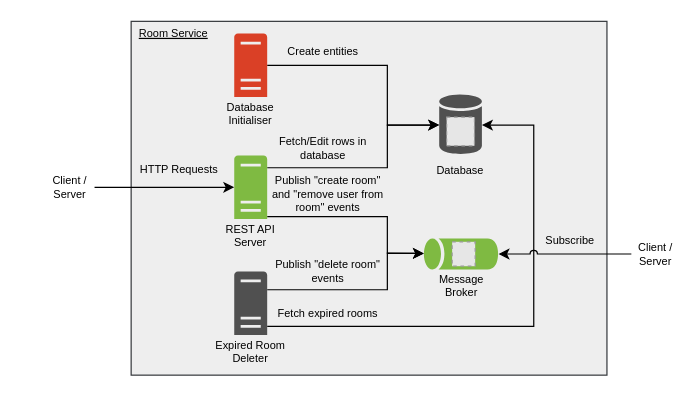
The draw.io diagram images/architecture.drawio in CS3219-AY2324S1-G04/peerprep_room_service, before the edit. Source tidied: cells renumbered, new cells numbered last; positions are measured from the earlier drawing's top-left corner, leaving out a move shared by most shapes. Both pictures are drawn from the tidied source at 122%, with x=0, y=0 at pixel (45, 21). Pictures stored in the file or linked from it are replaced by grey dashed boxes.
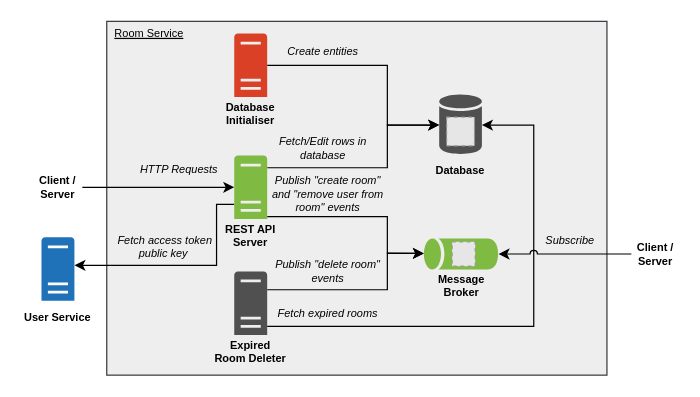
The same diagram, later.

Unchanged cells that the change refers to:
```xml
<mxCell id="14" style="sketch=0;shadow=0;dashed=0;html=1;strokeColor=none;labelPosition=center;verticalLabelPosition=bottom;verticalAlign=top;outlineConnect=0;align=center;shape=mxgraph.office.servers.server_generic;fillColor=#7FBA42;" parent="1" vertex="1">
  <mxGeometry x="154.5" y="110" width="27" height="52" as="geometry" />
</mxCell>
```

Diff of the diagram source:
```diff
@@
     <mxCell id="2" style="rounded=0;whiteSpace=wrap;html=1;fillColor=#eeeeee;strokeColor=#36393d;" parent="1" vertex="1">
-      <mxGeometry x="70" width="390" height="290" as="geometry" />
+      <mxGeometry x="50" width="410" height="290" as="geometry" />
     </mxCell>
@@
-    <mxCell id="7" value="REST API Server" style="text;html=1;strokeColor=none;fillColor=none;align=center;verticalAlign=middle;whiteSpace=wrap;rounded=0;fontSize=9;spacing=2;horizontal=1;" parent="1" vertex="1">
+    <mxCell id="7" value="REST API Server" style="text;html=1;strokeColor=none;fillColor=none;align=center;verticalAlign=middle;whiteSpace=wrap;rounded=0;fontSize=9;spacing=2;horizontal=1;fontStyle=1;" parent="1" vertex="1">
       <mxGeometry x="138" y="162" width="60" height="28" as="geometry" />
     </mxCell>
-    <mxCell id="8" value="Database" style="text;html=1;strokeColor=none;fillColor=none;align=center;verticalAlign=middle;whiteSpace=wrap;rounded=0;fontSize=9;spacing=2;horizontal=1;" parent="1" vertex="1">
+    <mxCell id="8" value="Database" style="text;html=1;strokeColor=none;fillColor=none;align=center;verticalAlign=middle;whiteSpace=wrap;rounded=0;fontSize=9;spacing=2;horizontal=1;fontStyle=1;" parent="1" vertex="1">
       <mxGeometry x="310" y="109" width="60" height="28" as="geometry" />
     </mxCell>
-    <mxCell id="9" value="Database Initialiser" style="text;html=1;strokeColor=none;fillColor=none;align=center;verticalAlign=middle;whiteSpace=wrap;rounded=0;fontSize=9;spacing=2;horizontal=1;" parent="1" vertex="1">
+    <mxCell id="9" value="Database Initialiser" style="text;html=1;strokeColor=none;fillColor=none;align=center;verticalAlign=middle;whiteSpace=wrap;rounded=0;fontSize=9;spacing=2;horizontal=1;fontStyle=1;" parent="1" vertex="1">
       <mxGeometry x="138" y="62" width="60" height="28" as="geometry" />
     </mxCell>
-    <mxCell id="10" value="Fetch/Edit rows in database" style="text;html=1;strokeColor=none;fillColor=none;align=center;verticalAlign=middle;whiteSpace=wrap;rounded=0;fontSize=9;spacing=2;horizontal=1;" parent="1" vertex="1">
+    <mxCell id="10" value="Fetch/Edit rows in database" style="text;html=1;strokeColor=none;fillColor=none;align=center;verticalAlign=middle;whiteSpace=wrap;rounded=0;fontSize=9;spacing=2;horizontal=1;fontStyle=2;" parent="1" vertex="1">
       <mxGeometry x="181.5" y="89" width="91" height="30" as="geometry" />
     </mxCell>
-    <mxCell id="11" value="HTTP Requests" style="text;html=1;strokeColor=none;fillColor=none;align=center;verticalAlign=middle;whiteSpace=wrap;rounded=0;fontSize=9;spacing=2;horizontal=1;" parent="1" vertex="1">
+    <mxCell id="11" value="HTTP Requests" style="text;html=1;strokeColor=none;fillColor=none;align=center;verticalAlign=middle;whiteSpace=wrap;rounded=0;fontSize=9;spacing=2;horizontal=1;fontStyle=2;" parent="1" vertex="1">
       <mxGeometry x="63.5" y="107" width="91" height="30" as="geometry" />
     </mxCell>
@@
+    <mxCell id="34" style="edgeStyle=orthogonalEdgeStyle;rounded=0;jettySize=auto;html=1;" parent="1" edge="1" source="14" target="35">
+      <mxGeometry relative="1" as="geometry">
+        <Array as="points">
+          <mxPoint x="140" y="150" />
+          <mxPoint x="140" y="200" />
+        </Array>
+      </mxGeometry>
+    </mxCell>
@@
-    <mxCell id="17" value="Client / Server" style="text;html=1;strokeColor=none;fillColor=none;align=center;verticalAlign=middle;whiteSpace=wrap;rounded=0;fontSize=9;spacing=2;horizontal=1;" parent="1" vertex="1">
-      <mxGeometry y="119" width="40" height="34" as="geometry" />
+    <mxCell id="17" value="Client / Server" style="text;html=1;strokeColor=none;fillColor=none;align=center;verticalAlign=middle;whiteSpace=wrap;rounded=0;fontSize=9;spacing=2;horizontal=1;fontStyle=1;" parent="1" vertex="1">
+      <mxGeometry x="-10" y="119" width="40" height="34" as="geometry" />
     </mxCell>
@@
-    <mxCell id="21" value="Expired Room Deleter" style="text;html=1;strokeColor=none;fillColor=none;align=center;verticalAlign=middle;whiteSpace=wrap;rounded=0;fontSize=9;spacing=2;horizontal=1;" parent="1" vertex="1">
-      <mxGeometry x="138" y="257" width="60" height="28" as="geometry" />
+    <mxCell id="21" value="Expired Room Deleter" style="text;html=1;strokeColor=none;fillColor=none;align=center;verticalAlign=middle;whiteSpace=wrap;rounded=0;fontSize=9;spacing=2;horizontal=1;fontStyle=1;" parent="1" vertex="1">
+      <mxGeometry x="137" y="257" width="62" height="28" as="geometry" />
     </mxCell>
@@
-    <mxCell id="25" value="Create entities" style="text;html=1;strokeColor=none;fillColor=none;align=center;verticalAlign=middle;whiteSpace=wrap;rounded=0;fontSize=9;spacing=2;horizontal=1;" parent="1" vertex="1">
+    <mxCell id="25" value="Create entities" style="text;html=1;strokeColor=none;fillColor=none;align=center;verticalAlign=middle;whiteSpace=wrap;rounded=0;fontSize=9;spacing=2;horizontal=1;fontStyle=2;" parent="1" vertex="1">
       <mxGeometry x="181.5" y="10" width="91" height="30" as="geometry" />
     </mxCell>
-    <mxCell id="26" value="Publish &quot;create room&quot; and &quot;remove user from room&quot; events" style="text;html=1;strokeColor=none;fillColor=none;align=center;verticalAlign=middle;whiteSpace=wrap;rounded=0;fontSize=9;spacing=2;horizontal=1;" parent="1" vertex="1">
+    <mxCell id="26" value="Publish &quot;create room&quot; and &quot;remove user from room&quot; events" style="text;html=1;strokeColor=none;fillColor=none;align=center;verticalAlign=middle;whiteSpace=wrap;rounded=0;fontSize=9;spacing=2;horizontal=1;fontStyle=2;" parent="1" vertex="1">
       <mxGeometry x="181.5" y="127" width="98.5" height="30" as="geometry" />
     </mxCell>
-    <mxCell id="27" value="Publish &quot;delete room&quot; events" style="text;html=1;strokeColor=none;fillColor=none;align=center;verticalAlign=middle;whiteSpace=wrap;rounded=0;fontSize=9;spacing=2;horizontal=1;" parent="1" vertex="1">
+    <mxCell id="27" value="&lt;i&gt;Publish &quot;delete room&quot; events&lt;/i&gt;" style="text;html=1;strokeColor=none;fillColor=none;align=center;verticalAlign=middle;whiteSpace=wrap;rounded=0;fontSize=9;spacing=2;horizontal=1;" parent="1" vertex="1">
       <mxGeometry x="181.5" y="190" width="98.5" height="30" as="geometry" />
     </mxCell>
-    <mxCell id="28" value="Message Broker" style="text;html=1;strokeColor=none;fillColor=none;align=center;verticalAlign=middle;whiteSpace=wrap;rounded=0;fontSize=9;spacing=2;horizontal=1;" parent="1" vertex="1">
+    <mxCell id="28" value="Message Broker" style="text;html=1;strokeColor=none;fillColor=none;align=center;verticalAlign=middle;whiteSpace=wrap;rounded=0;fontSize=9;spacing=2;horizontal=1;fontStyle=1;" parent="1" vertex="1">
       <mxGeometry x="311.2" y="203.3" width="60" height="28" as="geometry" />
     </mxCell>
-    <mxCell id="29" value="Fetch expired rooms" style="text;html=1;strokeColor=none;fillColor=none;align=center;verticalAlign=middle;whiteSpace=wrap;rounded=0;fontSize=9;spacing=2;horizontal=1;" parent="1" vertex="1">
+    <mxCell id="29" value="Fetch expired rooms" style="text;html=1;strokeColor=none;fillColor=none;align=center;verticalAlign=middle;whiteSpace=wrap;rounded=0;fontSize=9;spacing=2;horizontal=1;fontStyle=2;" parent="1" vertex="1">
       <mxGeometry x="181.5" y="230" width="98.5" height="20" as="geometry" />
     </mxCell>
-    <mxCell id="30" value="Subscribe" style="text;html=1;strokeColor=none;fillColor=none;align=center;verticalAlign=middle;whiteSpace=wrap;rounded=0;fontSize=9;spacing=2;horizontal=1;" parent="1" vertex="1">
+    <mxCell id="30" value="Subscribe" style="text;html=1;strokeColor=none;fillColor=none;align=center;verticalAlign=middle;whiteSpace=wrap;rounded=0;fontSize=9;spacing=2;horizontal=1;fontStyle=2;" parent="1" vertex="1">
       <mxGeometry x="400" y="170" width="60" height="20" as="geometry" />
     </mxCell>
@@
-    <mxCell id="32" value="Client / Server" style="text;html=1;strokeColor=none;fillColor=none;align=center;verticalAlign=middle;whiteSpace=wrap;rounded=0;fontSize=9;spacing=2;horizontal=1;" parent="1" vertex="1">
+    <mxCell id="32" value="Client / Server" style="text;html=1;strokeColor=none;fillColor=none;align=center;verticalAlign=middle;whiteSpace=wrap;rounded=0;fontSize=9;spacing=2;horizontal=1;fontStyle=1;" parent="1" vertex="1">
       <mxGeometry x="480" y="173.7" width="40" height="34" as="geometry" />
     </mxCell>
     <mxCell id="33" value="&lt;u&gt;Room Service&lt;/u&gt;" style="text;html=1;strokeColor=none;fillColor=none;align=center;verticalAlign=middle;whiteSpace=wrap;rounded=0;fontSize=9;spacing=2;horizontal=1;" parent="1" vertex="1">
-      <mxGeometry x="70" width="70" height="20" as="geometry" />
+      <mxGeometry x="50" width="70" height="20" as="geometry" />
     </mxCell>
+    <mxCell id="35" style="sketch=0;shadow=0;dashed=0;html=1;strokeColor=none;labelPosition=center;verticalLabelPosition=bottom;verticalAlign=top;outlineConnect=0;align=center;shape=mxgraph.office.servers.server_generic;fillColor=#2072B8;" parent="1" vertex="1">
+      <mxGeometry x="-3.5" y="177" width="27" height="52" as="geometry" />
+    </mxCell>
+    <mxCell id="36" value="User Service" style="text;html=1;strokeColor=none;fillColor=none;align=center;verticalAlign=middle;whiteSpace=wrap;rounded=0;fontSize=9;spacing=2;horizontal=1;fontStyle=1;" parent="1" vertex="1">
+      <mxGeometry x="-20" y="229" width="60" height="28" as="geometry" />
+    </mxCell>
+    <mxCell id="37" value="Fetch access token public key&amp;nbsp;" style="text;html=1;strokeColor=none;fillColor=none;align=center;verticalAlign=middle;whiteSpace=wrap;rounded=0;fontSize=9;spacing=2;horizontal=1;fontStyle=2;" parent="1" vertex="1">
+      <mxGeometry x="58" y="170" width="80" height="30" as="geometry" />
+    </mxCell>
```
